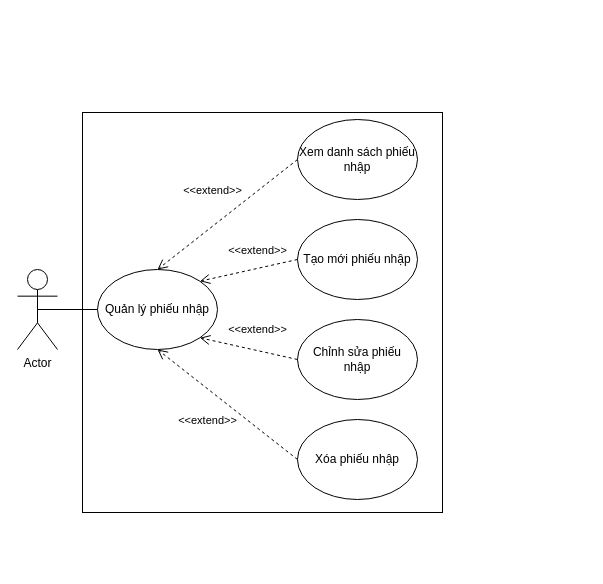
TccKaiCi/PTTK_CuaHangGiay keeps this draw.io diagram as Diagram/UseCase/QL.PhieuNhap.drawio. Above is the earlier version. Source tidied: cells renumbered, new cells numbered last; positions are measured from the earlier drawing's top-left corner, leaving out a move shared by most shapes. Both pictures are drawn from the tidied source at 100%, with x=0, y=0 at pixel (17, 112).
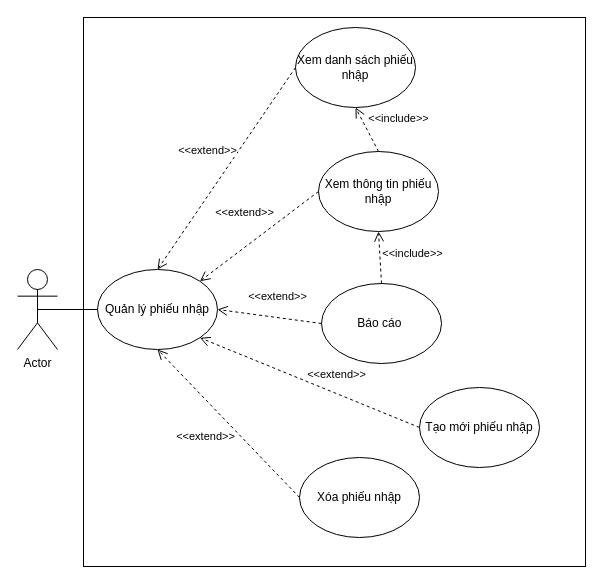
The same diagram, later.

Diff of the diagram source:
```diff
@@
 <mxGraphModel>
   <root>
     <mxCell id="0" />
     <mxCell id="1" parent="0" />
     <mxCell id="2" value="Actor" style="shape=umlActor;verticalLabelPosition=bottom;verticalAlign=top;html=1;outlineConnect=0;" parent="1" vertex="1">
       <mxGeometry y="157" width="40" height="80" as="geometry" />
     </mxCell>
     <mxCell id="3" value="Quản lý phiếu nhập" style="ellipse;whiteSpace=wrap;html=1;" parent="1" vertex="1">
       <mxGeometry x="80" y="157" width="120" height="80" as="geometry" />
     </mxCell>
-    <mxCell id="4" value="Chỉnh sửa phiếu nhập" style="ellipse;whiteSpace=wrap;html=1;" parent="1" vertex="1">
-      <mxGeometry x="280" y="207" width="120" height="80" as="geometry" />
+    <mxCell id="4" value="Báo cáo&amp;nbsp;" style="ellipse;whiteSpace=wrap;html=1;" parent="1" vertex="1">
+      <mxGeometry x="304" y="171" width="120" height="80" as="geometry" />
     </mxCell>
     <mxCell id="5" value="Tạo mới phiếu nhập" style="ellipse;whiteSpace=wrap;html=1;" parent="1" vertex="1">
-      <mxGeometry x="280" y="107" width="120" height="80" as="geometry" />
+      <mxGeometry x="402" y="275" width="120" height="80" as="geometry" />
     </mxCell>
     <mxCell id="6" value="Xem danh sách phiếu nhập" style="ellipse;whiteSpace=wrap;html=1;" parent="1" vertex="1">
-      <mxGeometry x="280" y="7" width="120" height="80" as="geometry" />
+      <mxGeometry x="278" y="-85" width="120" height="80" as="geometry" />
     </mxCell>
     <mxCell id="7" value="Xóa phiếu nhập" style="ellipse;whiteSpace=wrap;html=1;" parent="1" vertex="1">
-      <mxGeometry x="280" y="307" width="120" height="80" as="geometry" />
+      <mxGeometry x="282" y="345" width="120" height="80" as="geometry" />
     </mxCell>
     <mxCell id="8" style="endArrow=none;html=1;exitX=0.5;exitY=0.5;exitDx=0;exitDy=0;exitPerimeter=0;" parent="1" edge="1" source="2" target="3">
       <mxGeometry relative="1" as="geometry" />
     </mxCell>
     <mxCell id="9" value="&amp;lt;&amp;lt;extend&amp;gt;&amp;gt;" style="html=1;verticalAlign=bottom;endArrow=open;dashed=1;endSize=8;exitX=0;exitY=0.5;exitDx=0;exitDy=0;entryX=0.5;entryY=0;entryDx=0;entryDy=0;" parent="1" edge="1" source="6" target="3">
       <mxGeometry x="0.03" y="-21" relative="1" as="geometry" />
     </mxCell>
     <mxCell id="10" value="&amp;lt;&amp;lt;extend&amp;gt;&amp;gt;" style="html=1;verticalAlign=bottom;endArrow=open;dashed=1;endSize=8;exitX=0;exitY=0.5;exitDx=0;exitDy=0;entryX=0.5;entryY=1;entryDx=0;entryDy=0;" parent="1" edge="1" source="7" target="3">
       <mxGeometry y="32" relative="1" as="geometry" />
     </mxCell>
-    <mxCell id="11" value="&amp;lt;&amp;lt;extend&amp;gt;&amp;gt;" style="html=1;verticalAlign=bottom;endArrow=open;dashed=1;endSize=8;exitX=0;exitY=0.5;exitDx=0;exitDy=0;entryX=1;entryY=1;entryDx=0;entryDy=0;" parent="1" edge="1" source="4" target="3">
+    <mxCell id="11" value="&amp;lt;&amp;lt;extend&amp;gt;&amp;gt;" style="html=1;verticalAlign=bottom;endArrow=open;dashed=1;endSize=8;exitX=0;exitY=0.5;exitDx=0;exitDy=0;entryX=1;entryY=0.5;entryDx=0;entryDy=0;" parent="1" edge="1" source="4" target="3">
       <mxGeometry x="-0.12" y="-13" relative="1" as="geometry">
         <mxPoint y="1" as="offset" />
       </mxGeometry>
     </mxCell>
-    <mxCell id="12" value="&amp;lt;&amp;lt;extend&amp;gt;&amp;gt;" style="html=1;verticalAlign=bottom;endArrow=open;dashed=1;endSize=8;exitX=0;exitY=0.5;exitDx=0;exitDy=0;entryX=1;entryY=0;entryDx=0;entryDy=0;" parent="1" edge="1" source="5" target="3">
+    <mxCell id="12" value="&amp;lt;&amp;lt;extend&amp;gt;&amp;gt;" style="html=1;verticalAlign=bottom;endArrow=open;dashed=1;endSize=8;exitX=0;exitY=0.5;exitDx=0;exitDy=0;entryX=1;entryY=1;entryDx=0;entryDy=0;" parent="1" edge="1" source="5" target="3">
       <mxGeometry x="-0.22" y="-9" relative="1" as="geometry" />
     </mxCell>
     <mxCell id="13" style="rounded=0;whiteSpace=wrap;html=1;gradientColor=#ffffff;labelBackgroundColor=none;noLabel=1;fontColor=none;fillColor=none;" parent="1" vertex="1">
-      <mxGeometry x="65" width="360" height="400" as="geometry" />
+      <mxGeometry x="66" y="-95" width="502" height="549" as="geometry" />
     </mxCell>
+    <mxCell id="14" value="Xem thông tin phiếu nhập" style="ellipse;whiteSpace=wrap;html=1;" parent="1" vertex="1">
+      <mxGeometry x="301" y="39" width="120" height="80" as="geometry" />
+    </mxCell>
+    <mxCell id="15" value="&amp;lt;&amp;lt;extend&amp;gt;&amp;gt;" style="html=1;verticalAlign=bottom;endArrow=open;dashed=1;endSize=8;exitX=0;exitY=0.5;exitDx=0;exitDy=0;entryX=1;entryY=0;entryDx=0;entryDy=0;" parent="1" edge="1" source="14" target="3">
+      <mxGeometry x="0.03" y="-21" relative="1" as="geometry" />
+    </mxCell>
+    <mxCell id="16" value="&amp;lt;&amp;lt;include&amp;gt;&amp;gt;" style="html=1;verticalAlign=bottom;endArrow=open;dashed=1;endSize=8;exitX=0.5;exitY=0;exitDx=0;exitDy=0;entryX=0.5;entryY=1;entryDx=0;entryDy=0;" parent="1" edge="1" source="14" target="6">
+      <mxGeometry x="-0.52" y="-29" relative="1" as="geometry" />
+    </mxCell>
+    <mxCell id="17" value="&amp;lt;&amp;lt;include&amp;gt;&amp;gt;" style="html=1;verticalAlign=bottom;endArrow=open;dashed=1;endSize=8;exitX=0.5;exitY=0;exitDx=0;exitDy=0;entryX=0.5;entryY=1;entryDx=0;entryDy=0;" parent="1" edge="1" source="4" target="14">
+      <mxGeometry x="-0.28" y="-32" relative="1" as="geometry" />
+    </mxCell>
   </root>
 </mxGraphModel>
```
